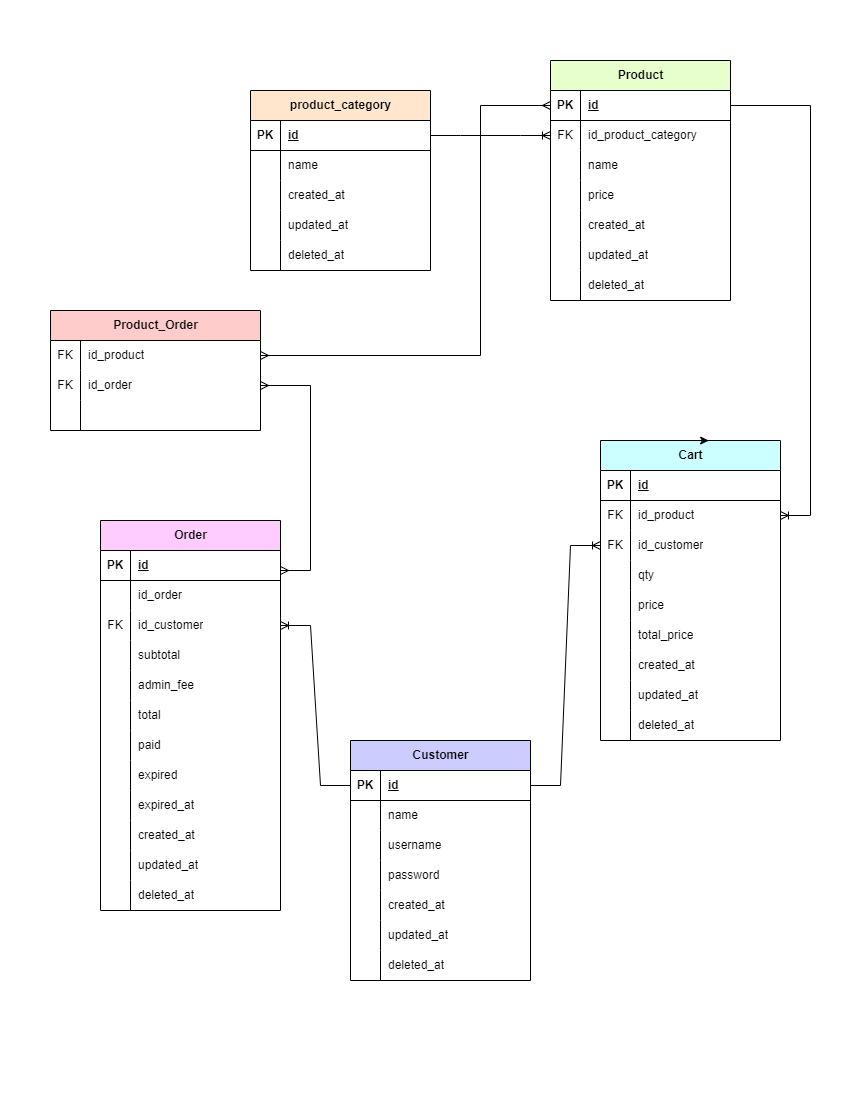
vaniliacahya/synapsis-project keeps this draw.io diagram as ERD.png. Above is the earlier version. Source tidied: cells renumbered, new cells last; positions are measured from the earlier drawing's top-left corner, leaving out a move shared by most shapes.
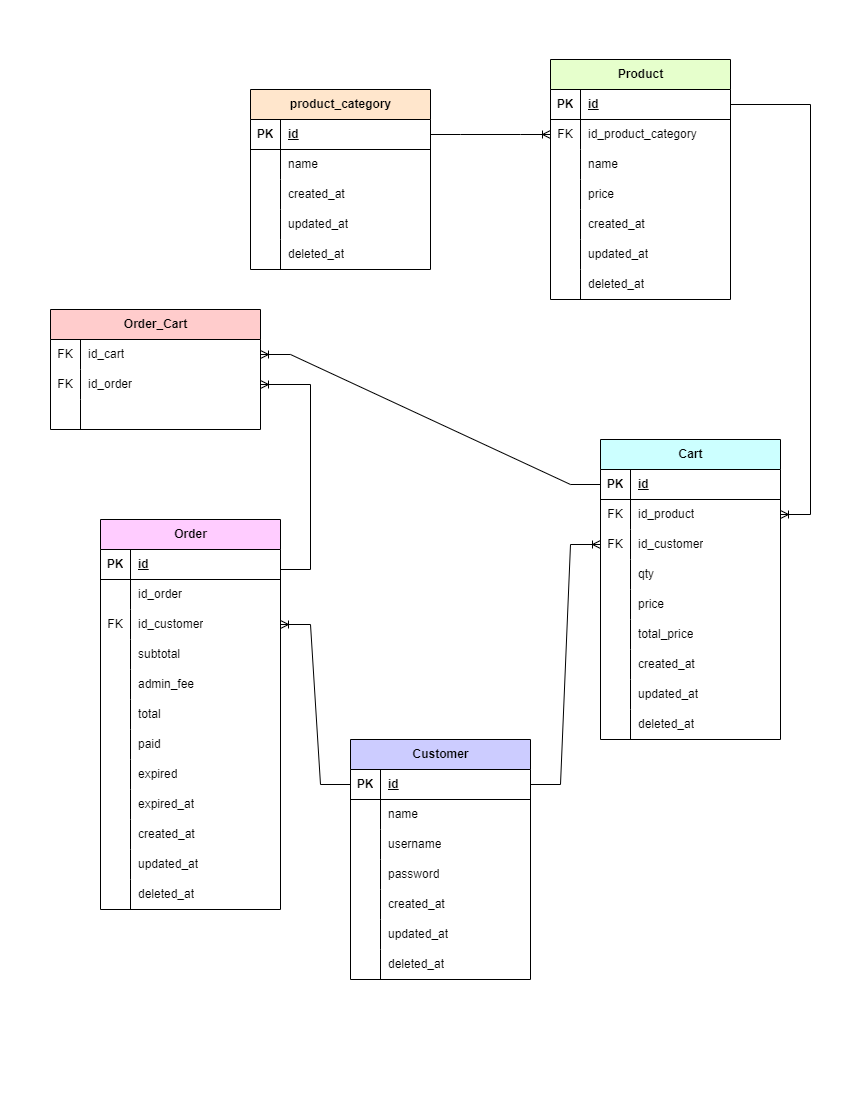
The same file after the commit.

What changed in the source:
```diff
@@ -388,16 +388,13 @@
         </Array>
       </mxGeometry>
     </mxCell>
-    <mxCell id="129" style="edgeStyle=orthogonalEdgeStyle;rounded=0;orthogonalLoop=1;jettySize=auto;html=1;exitX=0.5;exitY=0;exitDx=0;exitDy=0;entryX=0.601;entryY=0.005;entryDx=0;entryDy=0;entryPerimeter=0;" parent="1" edge="1" source="24" target="24">
-      <mxGeometry relative="1" as="geometry" />
-    </mxCell>
     <mxCell id="130" style="edgeStyle=entityRelationEdgeStyle;fontSize=12;html=1;endArrow=ERoneToMany;rounded=0;exitX=1;exitY=0.5;exitDx=0;exitDy=0;" parent="1" edge="1" source="3" target="31">
       <mxGeometry relative="1" as="geometry" />
     </mxCell>
     <mxCell id="131" style="edgeStyle=entityRelationEdgeStyle;fontSize=12;html=1;endArrow=ERoneToMany;rounded=0;exitX=0;exitY=0.5;exitDx=0;exitDy=0;" parent="1" edge="1" source="3" target="59">
       <mxGeometry relative="1" as="geometry" />
     </mxCell>
-    <mxCell id="132" value="Product_Order" style="shape=table;startSize=30;rowLines=0;fontStyle=1;align=center;html=1;fillColor=#FFCCCC;" parent="1" vertex="1">
+    <mxCell id="132" value="Order_Cart" style="shape=table;startSize=30;rowLines=0;fontStyle=1;align=center;html=1;fillColor=#FFCCCC;" parent="1" vertex="1">
       <mxGeometry y="250" width="210" height="120" as="geometry" />
     </mxCell>
     <mxCell id="133" style="shape=tableRow;horizontal=0;startSize=0;swimlaneHead=0;swimlaneBody=0;fillColor=none;points=[[0,0.5],[1,0.5]];portConstraint=eastwest;top=0;left=0;right=0;bottom=0;" parent="132" vertex="1">
@@ -406,7 +403,7 @@
     <mxCell id="134" value="FK" style="shape=partialRectangle;fillColor=none;top=0;left=0;bottom=0;right=0;overflow=hidden;whiteSpace=wrap;html=1;" parent="133" vertex="1">
       <mxGeometry width="30" height="30" as="geometry" />
     </mxCell>
-    <mxCell id="135" value="id_product" style="shape=partialRectangle;fillColor=none;top=0;left=0;bottom=0;right=0;align=left;spacingLeft=6;overflow=hidden;whiteSpace=wrap;html=1;" parent="133" vertex="1">
+    <mxCell id="135" value="id_cart" style="shape=partialRectangle;fillColor=none;top=0;left=0;bottom=0;right=0;align=left;spacingLeft=6;overflow=hidden;whiteSpace=wrap;html=1;" parent="133" vertex="1">
       <mxGeometry x="30" width="180" height="30" as="geometry" />
     </mxCell>
     <mxCell id="136" style="shape=tableRow;horizontal=0;startSize=0;swimlaneHead=0;swimlaneBody=0;fillColor=none;points=[[0,0.5],[1,0.5]];portConstraint=eastwest;top=0;left=0;right=0;bottom=0;" parent="132" vertex="1">
@@ -427,31 +424,13 @@
     <mxCell id="141" style="shape=partialRectangle;fillColor=none;top=0;left=0;bottom=0;right=0;align=left;spacingLeft=6;overflow=hidden;whiteSpace=wrap;html=1;" parent="139" vertex="1">
       <mxGeometry x="30" width="180" height="30" as="geometry" />
     </mxCell>
-    <mxCell id="142" style="edgeStyle=entityRelationEdgeStyle;fontSize=12;html=1;endArrow=ERmany;startArrow=ERmany;rounded=0;entryX=1;entryY=0.5;entryDx=0;entryDy=0;" parent="1" edge="1" target="136">
-      <mxGeometry relative="1" as="geometry">
-        <mxPoint x="230" y="510" as="sourcePoint" />
-        <Array as="points">
-          <mxPoint x="120" y="420" />
-          <mxPoint x="130" y="420" />
-          <mxPoint x="210" y="360" />
-          <mxPoint x="130" y="520" />
-          <mxPoint x="200" y="520" />
-          <mxPoint x="20" y="415" />
-          <mxPoint x="160" y="405" />
-          <mxPoint x="150" y="435" />
-          <mxPoint x="60" y="425" />
-          <mxPoint x="180" y="360" />
-          <mxPoint x="20" y="425" />
-        </Array>
-      </mxGeometry>
-    </mxCell>
-    <mxCell id="143" style="edgeStyle=orthogonalEdgeStyle;fontSize=12;html=1;endArrow=ERmany;startArrow=ERmany;rounded=0;entryX=0;entryY=0.5;entryDx=0;entryDy=0;exitX=1;exitY=0.5;exitDx=0;exitDy=0;" parent="1" edge="1" source="133" target="90">
-      <mxGeometry relative="1" as="geometry">
-        <Array as="points">
-          <mxPoint x="430" y="295" />
-          <mxPoint x="430" y="45" />
-        </Array>
-      </mxGeometry>
-    </mxCell>
+    <mxCell id="144" style="edgeStyle=entityRelationEdgeStyle;fontSize=12;html=1;endArrow=ERoneToMany;rounded=0;exitX=0;exitY=0.5;exitDx=0;exitDy=0;entryX=1;entryY=0.5;entryDx=0;entryDy=0;" parent="1" edge="1" source="25" target="133">
+      <mxGeometry relative="1" as="geometry" />
+    </mxCell>
+    <mxCell id="145" style="edgeStyle=entityRelationEdgeStyle;fontSize=12;html=1;endArrow=ERoneToMany;rounded=0;" parent="1" edge="1" target="136">
+      <mxGeometry relative="1" as="geometry">
+        <mxPoint x="230" y="510" as="sourcePoint" />
+      </mxGeometry>
+    </mxCell>
   </root>
 </mxGraphModel>
```
